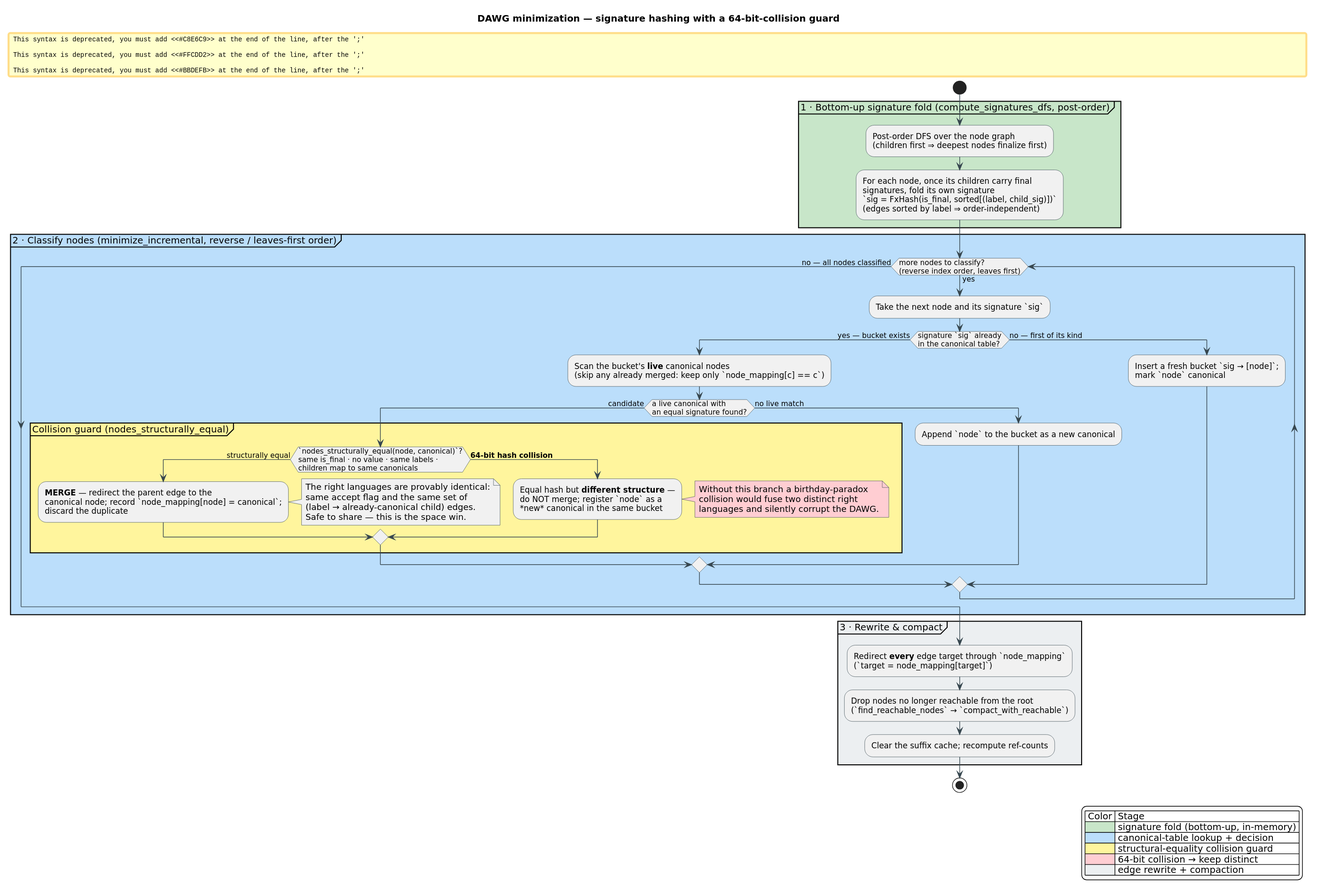
Above: docs/diagrams/dawg-minimization.svg in vinary-tree/libdictenstein (PlantUML), before the change. Its source is kept beside it as docs/diagrams/src/dawg-minimization.puml. Its diagram source:
```plantuml
@startuml dawg-minimization
skinparam backgroundColor #FFFFFF
skinparam defaultFontName "DejaVu Sans"
skinparam shadowing false
skinparam ArrowColor #37474F
skinparam ActivityBorderColor #37474F
skinparam ActivityDiamondBorderColor #37474F
skinparam NoteBackgroundColor #F1F1F1
skinparam NoteBorderColor #37474F

title DAWG minimization — signature hashing with a 64-bit-collision guard

start

partition "1 · Bottom-up signature fold  (compute_signatures_dfs, post-order)" #C8E6C9 {
  :Post-order DFS over the node graph\n(children first ⇒ deepest nodes finalize first);
  :For each node, once its children carry final\nsignatures, fold its own signature\n`sig = FxHash(is_final, sorted[(label, child_sig)])`\n(edges sorted by label ⇒ order-independent);
}

partition "2 · Classify nodes  (minimize_incremental, reverse / leaves-first order)" #BBDEFB {
  while (more nodes to classify?\n(reverse index order, leaves first)) is (yes)
    :Take the next node and its signature `sig`;
    if (signature `sig` already\nin the canonical table?) then (yes — bucket exists)
      :Scan the bucket's **live** canonical nodes\n(skip any already merged: keep only `node_mapping[c] == c`);
      if (a live canonical with\nan equal signature found?) then (candidate)

        partition "Collision guard  (nodes_structurally_equal)" #FFF59D {
          if (`nodes_structurally_equal(node, canonical)`?\nsame is_final · no value · same labels ·\nchildren map to same canonicals) then (structurally equal)
            #C8E6C9:**MERGE** — redirect the parent edge to the\ncanonical node; record `node_mapping[node] = canonical`;\ndiscard the duplicate;
            note right #F1F1F1
              The right languages are provably identical:
              same accept flag and the same set of
              (label → already-canonical child) edges.
              Safe to share — this is the space win.
            end note
          else (**64-bit hash collision**)
            #FFCDD2:Equal hash but **different structure** —\ndo NOT merge; register `node` as a\n*new* canonical in the same bucket;
            note right #FFCDD2
              Without this branch a birthday-paradox
              collision would fuse two distinct right
              languages and silently corrupt the DAWG.
            end note
          endif
        }

      else (no live match)
        #BBDEFB:Append `node` to the bucket as a new canonical;
      endif
    else (no — first of its kind)
      #BBDEFB:Insert a fresh bucket `sig → [node]`;\nmark `node` canonical;
    endif
  endwhile (no — all nodes classified)
}

partition "3 · Rewrite & compact" #ECEFF1 {
  :Redirect **every** edge target through `node_mapping`\n(`target = node_mapping[target]`);
  :Drop nodes no longer reachable from the root\n(`find_reachable_nodes` → `compact_with_reachable`);
  :Clear the suffix cache; recompute ref-counts;
}

stop

legend right
| Color | Stage |
|<#C8E6C9>| signature fold (bottom-up, in-memory) |
|<#BBDEFB>| canonical-table lookup + decision |
|<#FFF59D>| structural-equality collision guard |
|<#FFCDD2>| 64-bit collision → keep distinct |
|<#ECEFF1>| edge rewrite + compaction |
endlegend
@enduml
```
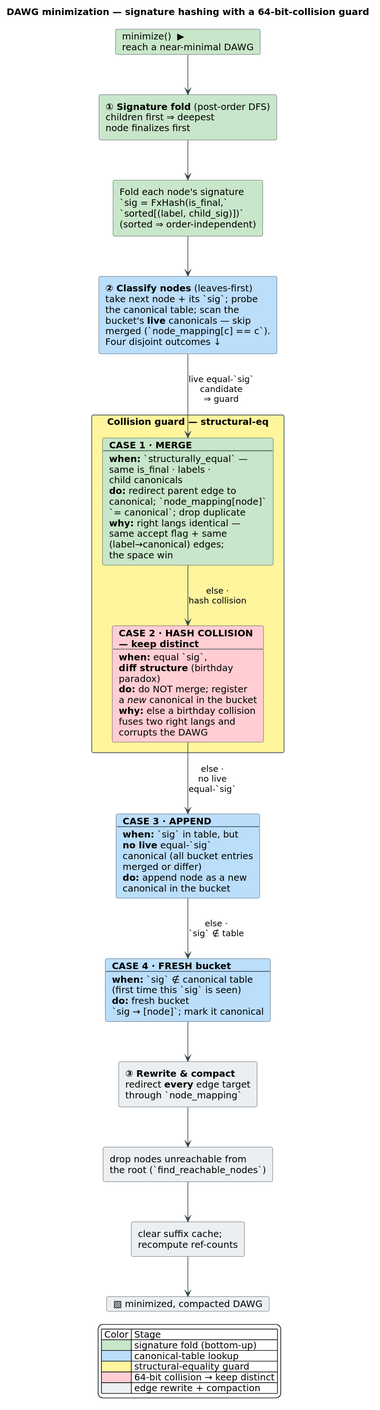
After the commit.

What changed in the source:
```diff
@@ -1,70 +1,60 @@
 @startuml dawg-minimization
 skinparam backgroundColor #FFFFFF
 skinparam defaultFontName "DejaVu Sans"
+skinparam wrapWidth 280
 skinparam shadowing false
 skinparam ArrowColor #37474F
-skinparam ActivityBorderColor #37474F
-skinparam ActivityDiamondBorderColor #37474F
-skinparam NoteBackgroundColor #F1F1F1
-skinparam NoteBorderColor #37474F
+skinparam ArrowFontName "DejaVu Sans"
+skinparam rectangle {
+  BorderColor #37474F
+  FontName "DejaVu Sans"
+}
+skinparam card {
+  BorderColor #37474F
+  FontName "DejaVu Sans"
+}
 
 title DAWG minimization — signature hashing with a 64-bit-collision guard
 
-start
+card "minimize()  ▶\nreach a near-minimal DAWG" as START #C8E6C9
 
-partition "1 · Bottom-up signature fold  (compute_signatures_dfs, post-order)" #C8E6C9 {
-  :Post-order DFS over the node graph\n(children first ⇒ deepest nodes finalize first);
-  :For each node, once its children carry final\nsignatures, fold its own signature\n`sig = FxHash(is_final, sorted[(label, child_sig)])`\n(edges sorted by label ⇒ order-independent);
+rectangle "**① Signature fold** (post-order DFS)\nchildren first ⇒ deepest\nnode finalizes first" as P1a #C8E6C9
+rectangle "Fold each node's signature\n`sig = FxHash(is_final,`\n`sorted[(label, child_sig)])`\n(sorted ⇒ order-independent)" as P1b #C8E6C9
+
+rectangle "**② Classify nodes** (leaves-first)\ntake next node + its `sig`; probe\nthe canonical table; scan the\nbucket's **live** canonicals — skip\nmerged (`node_mapping[c] == c`).\nFour disjoint outcomes ↓" as CLASSIFY #BBDEFB
+
+rectangle "**Collision guard** — structural-eq" as GUARD #FFF59D {
+  card "**CASE 1 · MERGE**\n--\n**when:** `structurally_equal` —\nsame is_final · labels ·\nchild canonicals\n**do:** redirect parent edge to\ncanonical; `node_mapping[node]`\n`= canonical`; drop duplicate\n**why:** right langs identical —\nsame accept flag + same\n(label→canonical) edges;\nthe space win" as C1 #C8E6C9
+  card "**CASE 2 · HASH COLLISION**\n**— keep distinct**\n--\n**when:** equal `sig`,\n**diff structure** (birthday\nparadox)\n**do:** do NOT merge; register\na //new// canonical in the bucket\n**why:** else a birthday collision\nfuses two right langs and\ncorrupts the DAWG" as C2 #FFCDD2
 }
 
-partition "2 · Classify nodes  (minimize_incremental, reverse / leaves-first order)" #BBDEFB {
-  while (more nodes to classify?\n(reverse index order, leaves first)) is (yes)
-    :Take the next node and its signature `sig`;
-    if (signature `sig` already\nin the canonical table?) then (yes — bucket exists)
-      :Scan the bucket's **live** canonical nodes\n(skip any already merged: keep only `node_mapping[c] == c`);
-      if (a live canonical with\nan equal signature found?) then (candidate)
+card "**CASE 3 · APPEND**\n--\n**when:** `sig` in table, but\n**no live** equal-`sig`\ncanonical (all bucket entries\nmerged or differ)\n**do:** append node as a new\ncanonical in the bucket" as C3 #BBDEFB
 
-        partition "Collision guard  (nodes_structurally_equal)" #FFF59D {
-          if (`nodes_structurally_equal(node, canonical)`?\nsame is_final · no value · same labels ·\nchildren map to same canonicals) then (structurally equal)
-            #C8E6C9:**MERGE** — redirect the parent edge to the\ncanonical node; record `node_mapping[node] = canonical`;\ndiscard the duplicate;
-            note right #F1F1F1
-              The right languages are provably identical:
-              same accept flag and the same set of
-              (label → already-canonical child) edges.
-              Safe to share — this is the space win.
-            end note
-          else (**64-bit hash collision**)
-            #FFCDD2:Equal hash but **different structure** —\ndo NOT merge; register `node` as a\n*new* canonical in the same bucket;
-            note right #FFCDD2
-              Without this branch a birthday-paradox
-              collision would fuse two distinct right
-              languages and silently corrupt the DAWG.
-            end note
-          endif
-        }
+card "**CASE 4 · FRESH bucket**\n--\n**when:** `sig` ∉ canonical table\n(first time this `sig` is seen)\n**do:** fresh bucket\n`sig → [node]`; mark it canonical" as C4 #BBDEFB
 
-      else (no live match)
-        #BBDEFB:Append `node` to the bucket as a new canonical;
-      endif
-    else (no — first of its kind)
-      #BBDEFB:Insert a fresh bucket `sig → [node]`;\nmark `node` canonical;
-    endif
-  endwhile (no — all nodes classified)
-}
+rectangle "**③ Rewrite & compact**\nredirect **every** edge target\nthrough `node_mapping`" as P3a #ECEFF1
+rectangle "drop nodes unreachable from\nthe root (`find_reachable_nodes`)" as P3b #ECEFF1
+rectangle "clear suffix cache;\nrecompute ref-counts" as P3c #ECEFF1
 
-partition "3 · Rewrite & compact" #ECEFF1 {
-  :Redirect **every** edge target through `node_mapping`\n(`target = node_mapping[target]`);
-  :Drop nodes no longer reachable from the root\n(`find_reachable_nodes` → `compact_with_reachable`);
-  :Clear the suffix cache; recompute ref-counts;
-}
+card "▧ minimized, compacted DAWG" as DONE #ECEFF1
 
-stop
+START --> P1a
+P1a --> P1b
+P1b --> CLASSIFY
+CLASSIFY --> C1 : live equal-`sig`\ncandidate\n⇒ guard
+C1 --> C2 : else ·\nhash collision
+C2 --> C3 : else ·\nno live\nequal-`sig`
+C3 --> C4 : else ·\n`sig` ∉ table
+C4 --> P3a
+P3a --> P3b
+P3b --> P3c
+P3c --> DONE
 
 legend right
 | Color | Stage |
-|<#C8E6C9>| signature fold (bottom-up, in-memory) |
-|<#BBDEFB>| canonical-table lookup + decision |
-|<#FFF59D>| structural-equality collision guard |
+|<#C8E6C9>| signature fold (bottom-up) |
+|<#BBDEFB>| canonical-table lookup |
+|<#FFF59D>| structural-equality guard |
 |<#FFCDD2>| 64-bit collision → keep distinct |
 |<#ECEFF1>| edge rewrite + compaction |
 endlegend
```
